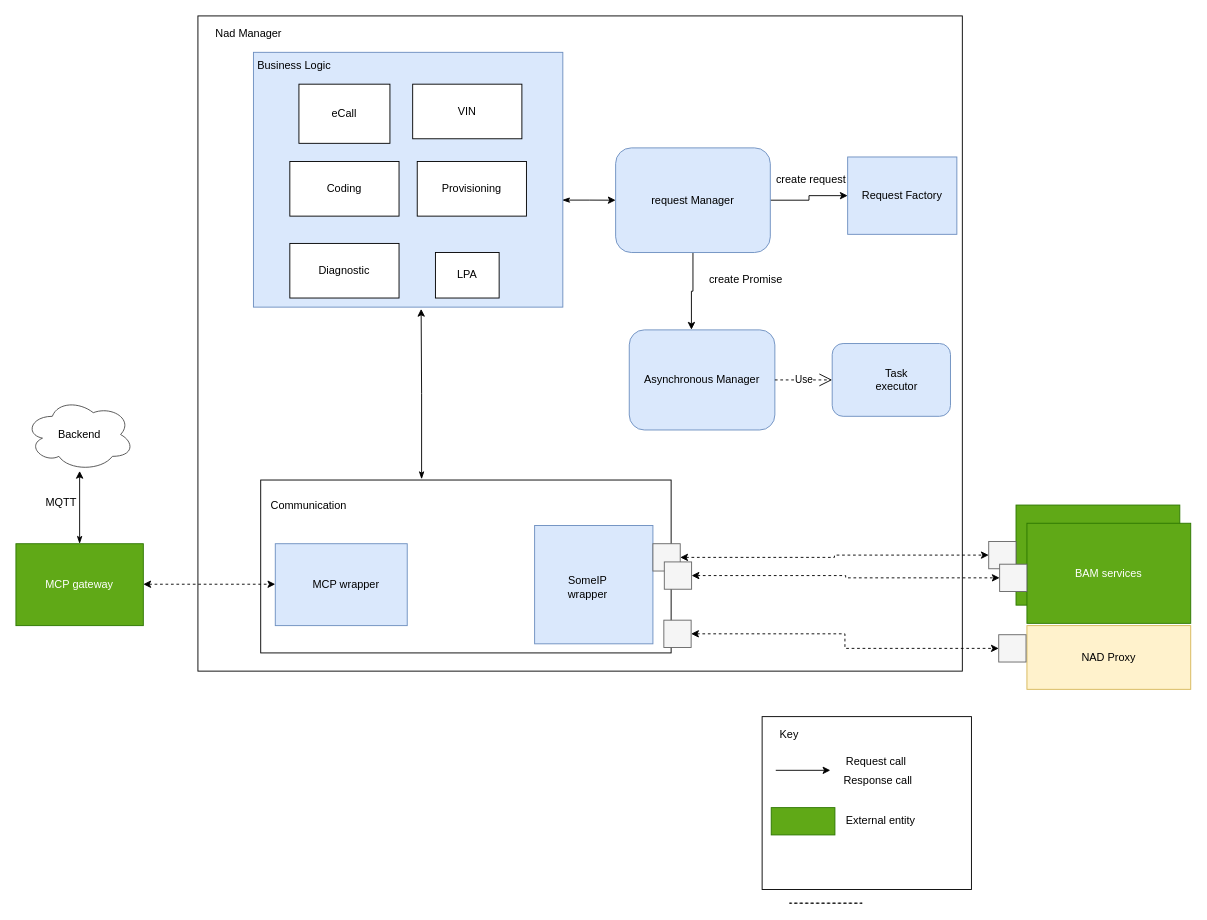
Before: page "dynamic_HL" (3 of 4) of doc/SA cert/Design/nadmanager.drawio in taikt/codefun, a draw.io diagram. Source tidied: cells renumbered, new cells numbered last; positions are measured from the earlier drawing's top-left corner, leaving out a move shared by most shapes. Both pictures are drawn from the tidied source at 91%, with x=0, y=0 at pixel (-120, -908).
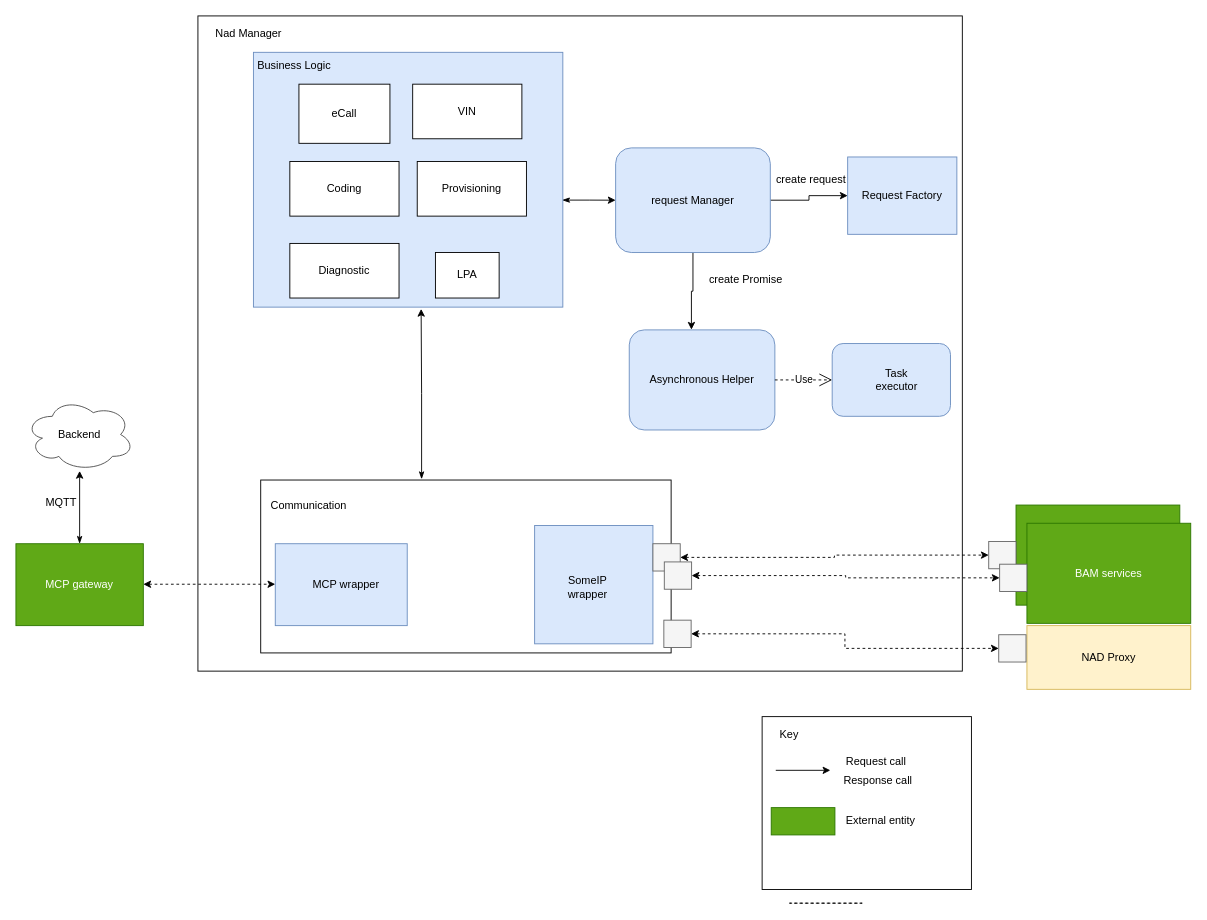
The same page after the edit.

The edit, as a diff of the source:
```diff
@@
-    <mxCell id="21" value="Asynchronous Manager" style="rounded=1;whiteSpace=wrap;html=1;fillColor=#dae8fc;strokeColor=#6c8ebf;" parent="1" vertex="1">
+    <mxCell id="21" value="Asynchronous Helper" style="rounded=1;whiteSpace=wrap;html=1;fillColor=#dae8fc;strokeColor=#6c8ebf;" parent="1" vertex="1">
       <mxGeometry x="823" y="1360" width="160" height="110" as="geometry" />
     </mxCell>
```
